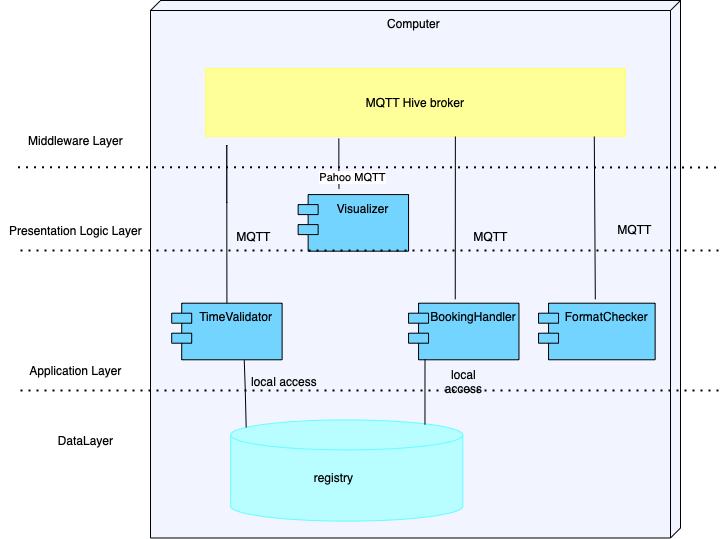
adammuntasir/DIT355-Mini-Project-Distributed-Systems-Development-team-8-project keeps this draw.io diagram as assets/Deployment diagram.png. Above is the earlier version. Source tidied: cells renumbered, new cells last; positions are measured from the earlier drawing's top-left corner, leaving out a move shared by most shapes.
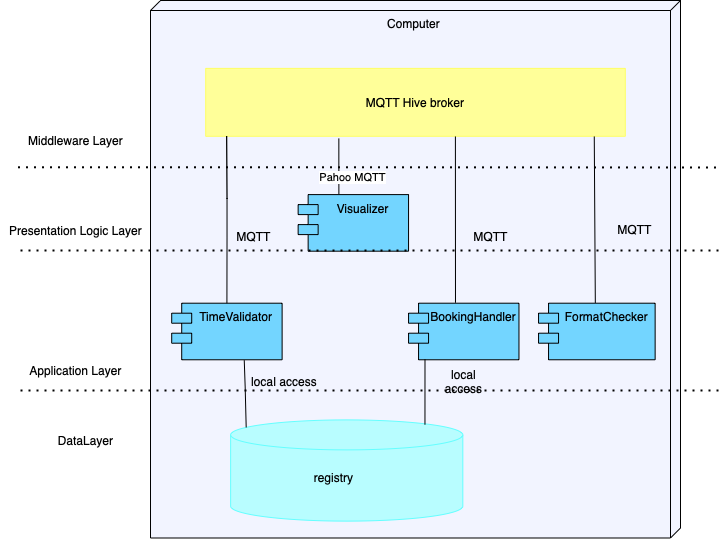
The same file after the commit.

Commit message:
deployment diagram update

What changed in the source:
```diff
@@ -11,7 +11,7 @@
     <mxCell id="4" value="Visualizer" style="shape=module;align=left;spacingLeft=20;align=center;verticalAlign=top;fillColor=#73D5FF;" parent="2" vertex="1">
       <mxGeometry x="147.6" y="194.1" width="110.4" height="56.6" as="geometry" />
     </mxCell>
-    <mxCell id="5" style="endArrow=none;html=1;rounded=0;entryX=0.37;entryY=-0.1;entryDx=0;entryDy=0;entryPerimeter=0;" parent="2" edge="1" target="4">
+    <mxCell id="5" style="endArrow=none;html=1;rounded=0;entryX=0.369;entryY=-0.01;entryDx=0;entryDy=0;entryPerimeter=0;" parent="2" edge="1" target="4">
       <mxGeometry relative="1" as="geometry">
         <mxPoint x="188.3" y="137.9" as="sourcePoint" />
         <Array as="points">
@@ -44,23 +44,19 @@
     </mxCell>
     <mxCell id="11" style="endArrow=none;html=1;rounded=0;exitX=0.5;exitY=0;exitDx=0;exitDy=0;" parent="2" edge="1" source="6">
       <mxGeometry relative="1" as="geometry">
-        <mxPoint x="76.3" y="202.5" as="targetPoint" />
+        <mxPoint x="76.5" y="198.3" as="targetPoint" />
         <Array as="points">
-          <mxPoint x="76.3" y="241" />
-          <mxPoint x="76.3" y="202.5" />
-          <mxPoint x="76.3" y="144.6" />
+          <mxPoint x="76.5" y="236.8" />
+          <mxPoint x="76.5" y="198.3" />
+          <mxPoint x="76.2" y="135.8" />
         </Array>
       </mxGeometry>
     </mxCell>
-    <mxCell id="12" style="endArrow=none;html=1;rounded=0;entryX=0.595;entryY=1.002;entryDx=0;entryDy=0;entryPerimeter=0;" parent="2" edge="1" target="3">
-      <mxGeometry relative="1" as="geometry">
-        <mxPoint x="304.8" y="298.9" as="sourcePoint" />
-      </mxGeometry>
+    <mxCell id="12" style="endArrow=none;html=1;rounded=0;entryX=0.595;entryY=1.002;entryDx=0;entryDy=0;entryPerimeter=0;exitX=0.425;exitY=-0.007;exitDx=0;exitDy=0;exitPerimeter=0;" parent="2" edge="1" source="8" target="3">
+      <mxGeometry relative="1" as="geometry" />
     </mxCell>
-    <mxCell id="13" style="endArrow=none;html=1;rounded=0;entryX=0.926;entryY=1.002;entryDx=0;entryDy=0;entryPerimeter=0;" parent="2" edge="1" target="3">
-      <mxGeometry relative="1" as="geometry">
-        <mxPoint x="444.8" y="298.9" as="sourcePoint" />
-      </mxGeometry>
+    <mxCell id="13" style="endArrow=none;html=1;rounded=0;entryX=0.926;entryY=1.002;entryDx=0;entryDy=0;entryPerimeter=0;exitX=0.487;exitY=-0.004;exitDx=0;exitDy=0;exitPerimeter=0;" parent="2" edge="1" source="7" target="3">
+      <mxGeometry relative="1" as="geometry" />
     </mxCell>
     <mxCell id="14" value="MQTT" style="text;html=1;strokeColor=none;fillColor=none;align=center;verticalAlign=middle;whiteSpace=wrap;rounded=0;" parent="2" vertex="1">
       <mxGeometry x="312.3" y="221.7" width="56.8" height="28.9" as="geometry" />
```
